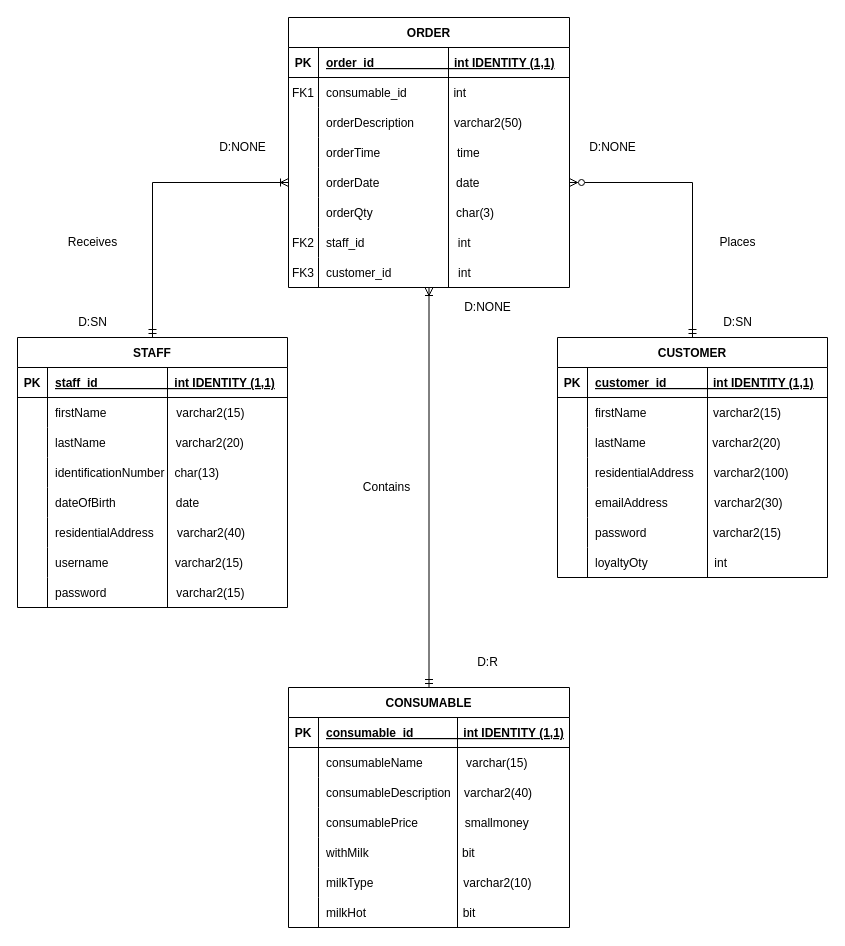
Above: Physical_Data_Model.drawio in BeoVR6R/CMPG-223-Data-Model (draw.io), before the change. Source tidied: cells renumbered, new cells numbered last; positions are measured from the earlier drawing's top-left corner, leaving out a move shared by most shapes. Both pictures are drawn from the tidied source at 100%, with x=0, y=0 at pixel (17, 17).
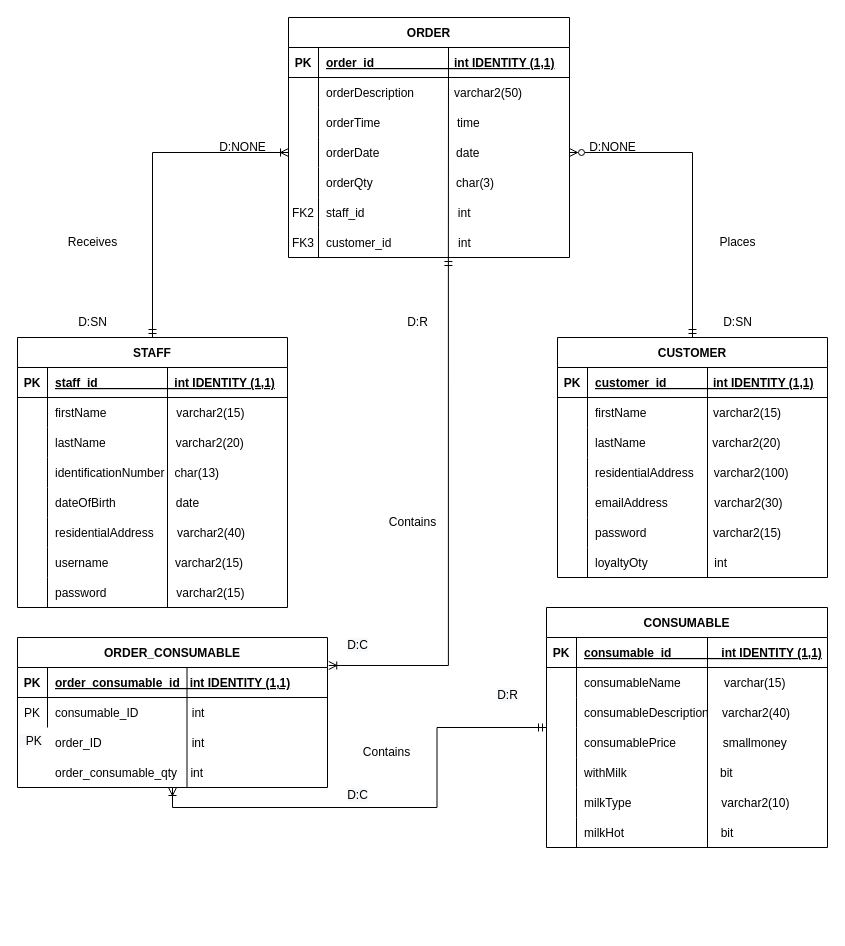
Above is the later version.

Diff of the diagram source:
```diff
@@
     <mxCell id="2" value="ORDER" style="shape=table;startSize=30;childLayout=tableLayout;rowLines=0;fontStyle=1;align=center;" parent="1" vertex="1">
-      <mxGeometry x="271" width="281" height="270" as="geometry" />
+      <mxGeometry x="271" width="281" height="240" as="geometry" />
     </mxCell>
@@
-    <mxCell id="6" style="shape=partialRectangle;fillColor=none;top=0;left=0;right=0;bottom=0;" parent="2" vertex="1">
-      <mxGeometry y="60" width="281" height="30" as="geometry" />
-    </mxCell>
-    <mxCell id="7" value="FK1" style="shape=partialRectangle;overflow=hidden;fillColor=none;top=0;left=0;bottom=0;right=0;" parent="6" vertex="1">
-      <mxGeometry width="30" height="30" as="geometry" />
-    </mxCell>
-    <mxCell id="8" value="consumable_id              int" style="shape=partialRectangle;overflow=hidden;fillColor=none;top=0;left=0;bottom=0;right=0;align=left;spacingLeft=6;" parent="6" vertex="1">
-      <mxGeometry x="30" width="251" height="30" as="geometry" />
-    </mxCell>
     <mxCell id="9" style="shape=partialRectangle;fillColor=none;top=0;left=0;right=0;bottom=0;" parent="2" vertex="1">
-      <mxGeometry y="90" width="281" height="30" as="geometry" />
+      <mxGeometry y="60" width="281" height="30" as="geometry" />
     </mxCell>
@@
     <mxCell id="12" style="shape=partialRectangle;fillColor=none;top=0;left=0;right=0;bottom=0;" parent="2" vertex="1">
-      <mxGeometry y="120" width="281" height="30" as="geometry" />
+      <mxGeometry y="90" width="281" height="30" as="geometry" />
     </mxCell>
@@
     <mxCell id="15" style="shape=partialRectangle;fillColor=none;points=[[0,0.5],[1,0.5]];portConstraint=eastwest;top=0;left=0;right=0;bottom=0;" parent="2" vertex="1">
-      <mxGeometry y="150" width="281" height="30" as="geometry" />
+      <mxGeometry y="120" width="281" height="30" as="geometry" />
     </mxCell>
@@
-    <mxCell id="18" style="endArrow=none;html=1;rounded=0;" parent="2" edge="1">
-      <mxGeometry relative="1" as="geometry">
-        <mxPoint x="160" y="270" as="sourcePoint" />
-        <mxPoint x="160" y="30" as="targetPoint" />
-      </mxGeometry>
-    </mxCell>
     <mxCell id="19" style="shape=partialRectangle;fillColor=none;top=0;left=0;right=0;bottom=0;" parent="2" vertex="1">
-      <mxGeometry y="180" width="281" height="30" as="geometry" />
+      <mxGeometry y="150" width="281" height="30" as="geometry" />
     </mxCell>
@@
     <mxCell id="22" style="shape=partialRectangle;fillColor=none;top=0;left=0;right=0;bottom=0;" parent="2" vertex="1">
-      <mxGeometry y="210" width="281" height="30" as="geometry" />
+      <mxGeometry y="180" width="281" height="30" as="geometry" />
     </mxCell>
@@
     <mxCell id="25" style="shape=partialRectangle;fillColor=none;points=[[0,0.5],[1,0.5]];portConstraint=eastwest;top=0;left=0;right=0;bottom=0;" parent="2" vertex="1">
-      <mxGeometry y="240" width="281" height="30" as="geometry" />
+      <mxGeometry y="210" width="281" height="30" as="geometry" />
     </mxCell>
@@
+    <mxCell id="18" style="endArrow=none;html=1;rounded=0;exitX=0.569;exitY=1;exitDx=0;exitDy=0;exitPerimeter=0;" parent="2" edge="1" source="25">
+      <mxGeometry relative="1" as="geometry">
+        <mxPoint x="160" y="30" as="targetPoint" />
+      </mxGeometry>
+    </mxCell>
-    <mxCell id="28" style="edgeStyle=orthogonalEdgeStyle;rounded=0;jettySize=auto;html=1;entryX=0.5;entryY=1;entryDx=0;entryDy=0;endArrow=ERoneToMany;endFill=0;startArrow=ERmandOne;startFill=0;" parent="1" edge="1" source="29" target="2">
+    <mxCell id="28" style="edgeStyle=orthogonalEdgeStyle;rounded=0;jettySize=auto;html=1;endArrow=ERoneToMany;endFill=0;startArrow=ERmandOne;startFill=0;entryX=0.5;entryY=1;entryDx=0;entryDy=0;" parent="1" edge="1" source="29" target="112">
       <mxGeometry relative="1" as="geometry" />
     </mxCell>
     <mxCell id="29" value="CONSUMABLE" style="shape=table;startSize=30;childLayout=tableLayout;rowLines=0;fontStyle=1;align=center;" parent="1" vertex="1">
-      <mxGeometry x="271" y="670" width="281" height="240" as="geometry" />
+      <mxGeometry x="529" y="590" width="281" height="240" as="geometry" />
     </mxCell>
@@
     <mxCell id="102" style="endArrow=none;html=1;rounded=0;" parent="1" edge="1">
       <mxGeometry relative="1" as="geometry">
-        <mxPoint x="440" y="910" as="sourcePoint" />
-        <mxPoint x="440" y="700" as="targetPoint" />
+        <mxPoint x="690" y="830" as="sourcePoint" />
+        <mxPoint x="690" y="620" as="targetPoint" />
       </mxGeometry>
     </mxCell>
@@
     <mxCell id="105" value="Contains" style="text;html=1;align=center;verticalAlign=middle;strokeColor=none;fillColor=none;" parent="1" vertex="1">
-      <mxGeometry x="334" y="455" width="70" height="30" as="geometry" />
+      <mxGeometry x="334" y="720" width="70" height="30" as="geometry" />
     </mxCell>
@@
-    <mxCell id="110" value="D:R" style="text;html=1;align=center;verticalAlign=middle;strokeColor=none;fillColor=none;" parent="1" vertex="1">
-      <mxGeometry x="450" y="630" width="40" height="30" as="geometry" />
+    <mxCell id="110" value="&#10;&lt;span style=&quot;color: rgb(0, 0, 0); font-family: Helvetica; font-size: 12px; font-style: normal; font-variant-ligatures: normal; font-variant-caps: normal; font-weight: 400; letter-spacing: normal; orphans: 2; text-align: center; text-indent: 0px; text-transform: none; widows: 2; word-spacing: 0px; -webkit-text-stroke-width: 0px; background-color: rgb(248, 249, 250); text-decoration-thickness: initial; text-decoration-style: initial; text-decoration-color: initial; float: none; display: inline !important;&quot;&gt;D:R&lt;/span&gt;&#10;&#10;" style="text;html=1;align=center;verticalAlign=middle;strokeColor=none;fillColor=none;" parent="1" vertex="1">
+      <mxGeometry x="470" y="655" width="40" height="60" as="geometry" />
     </mxCell>
-    <mxCell id="111" value="D:NONE" style="text;html=1;align=center;verticalAlign=middle;strokeColor=none;fillColor=none;" parent="1" vertex="1">
-      <mxGeometry x="435" y="275" width="70" height="30" as="geometry" />
+    <mxCell id="111" value="D:R" style="text;html=1;align=center;verticalAlign=middle;strokeColor=none;fillColor=none;" parent="1" vertex="1">
+      <mxGeometry x="380" y="290" width="40" height="30" as="geometry" />
     </mxCell>
+    <mxCell id="112" value="ORDER_CONSUMABLE" style="shape=table;startSize=30;childLayout=tableLayout;rowLines=0;fontStyle=1;align=center;" parent="1" vertex="1">
+      <mxGeometry y="620" width="310" height="150" as="geometry" />
+    </mxCell>
+    <mxCell id="113" style="shape=partialRectangle;fillColor=none;points=[[0,0.5],[1,0.5]];portConstraint=eastwest;top=0;left=0;right=0;bottom=1;" parent="112" vertex="1">
+      <mxGeometry y="30" width="310" height="30" as="geometry" />
+    </mxCell>
+    <mxCell id="114" value="PK" style="shape=partialRectangle;overflow=hidden;fillColor=none;top=0;left=0;bottom=0;right=0;fontStyle=1;" parent="113" vertex="1">
+      <mxGeometry width="30" height="30" as="geometry" />
+    </mxCell>
+    <mxCell id="115" value="order_consumable_id   int IDENTITY (1,1)" style="shape=partialRectangle;overflow=hidden;fillColor=none;top=0;left=0;bottom=0;right=0;align=left;spacingLeft=6;fontStyle=5;" parent="113" vertex="1">
+      <mxGeometry x="30" width="280" height="30" as="geometry" />
+    </mxCell>
+    <mxCell id="116" style="shape=partialRectangle;fillColor=none;top=0;left=0;right=0;bottom=0;" parent="112" vertex="1">
+      <mxGeometry y="60" width="310" height="30" as="geometry" />
+    </mxCell>
+    <mxCell id="117" value="PK" style="shape=partialRectangle;overflow=hidden;fillColor=none;top=0;left=0;bottom=0;right=0;" parent="116" vertex="1">
+      <mxGeometry width="30" height="30" as="geometry" />
+    </mxCell>
+    <mxCell id="118" value="consumable_ID                int " style="shape=partialRectangle;overflow=hidden;fillColor=none;top=0;left=0;bottom=0;right=0;align=left;spacingLeft=6;" parent="116" vertex="1">
+      <mxGeometry x="30" width="280" height="30" as="geometry" />
+    </mxCell>
+    <mxCell id="119" style="edgeStyle=orthogonalEdgeStyle;rounded=0;jettySize=auto;html=1;endArrow=ERoneToMany;endFill=0;startArrow=ERmandOne;startFill=0;entryX=1.004;entryY=-0.067;entryDx=0;entryDy=0;entryPerimeter=0;exitX=0.569;exitY=1;exitDx=0;exitDy=0;exitPerimeter=0;" parent="1" edge="1" source="25" target="113">
+      <mxGeometry relative="1" as="geometry" />
+    </mxCell>
+    <mxCell id="120" value="Contains" style="text;html=1;align=center;verticalAlign=middle;strokeColor=none;fillColor=none;" parent="1" vertex="1">
+      <mxGeometry x="360" y="490" width="70" height="30" as="geometry" />
+    </mxCell>
+    <mxCell id="121" value="&lt;br&gt;&lt;span style=&quot;color: rgb(0, 0, 0); font-family: Helvetica; font-size: 12px; font-style: normal; font-variant-ligatures: normal; font-variant-caps: normal; font-weight: 400; letter-spacing: normal; orphans: 2; text-align: center; text-indent: 0px; text-transform: none; widows: 2; word-spacing: 0px; -webkit-text-stroke-width: 0px; background-color: rgb(248, 249, 250); text-decoration-thickness: initial; text-decoration-style: initial; text-decoration-color: initial; float: none; display: inline !important;&quot;&gt;D:C&lt;/span&gt;&lt;br&gt;" style="text;html=1;align=center;verticalAlign=middle;strokeColor=none;fillColor=none;" parent="1" vertex="1">
+      <mxGeometry x="320" y="750" width="40" height="40" as="geometry" />
+    </mxCell>
+    <mxCell id="122" value="&lt;br&gt;&lt;span style=&quot;color: rgb(0, 0, 0); font-family: Helvetica; font-size: 12px; font-style: normal; font-variant-ligatures: normal; font-variant-caps: normal; font-weight: 400; letter-spacing: normal; orphans: 2; text-align: center; text-indent: 0px; text-transform: none; widows: 2; word-spacing: 0px; -webkit-text-stroke-width: 0px; background-color: rgb(248, 249, 250); text-decoration-thickness: initial; text-decoration-style: initial; text-decoration-color: initial; float: none; display: inline !important;&quot;&gt;D:C&lt;/span&gt;&lt;br&gt;" style="text;html=1;align=center;verticalAlign=middle;strokeColor=none;fillColor=none;" parent="1" vertex="1">
+      <mxGeometry x="320" y="600" width="40" height="40" as="geometry" />
+    </mxCell>
+    <mxCell id="123" style="endArrow=none;html=1;rounded=0;" parent="1" edge="1">
+      <mxGeometry relative="1" as="geometry">
+        <mxPoint x="169.5" y="770" as="sourcePoint" />
+        <mxPoint x="169.5" y="650" as="targetPoint" />
+      </mxGeometry>
+    </mxCell>
+    <mxCell id="124" value="order_ID                           int" style="shape=partialRectangle;overflow=hidden;fillColor=none;top=0;left=0;bottom=0;right=0;align=left;spacingLeft=6;" parent="1" vertex="1">
+      <mxGeometry x="30" y="710" width="280" height="30" as="geometry" />
+    </mxCell>
+    <mxCell id="125" value="&lt;span style=&quot;color: rgb(0, 0, 0); font-family: Helvetica; font-size: 12px; font-style: normal; font-variant-ligatures: normal; font-variant-caps: normal; font-weight: 400; letter-spacing: normal; orphans: 2; text-align: center; text-indent: 0px; text-transform: none; widows: 2; word-spacing: 0px; -webkit-text-stroke-width: 0px; background-color: rgb(248, 249, 250); text-decoration-thickness: initial; text-decoration-style: initial; text-decoration-color: initial; float: none; display: inline !important;&quot;&gt;&amp;nbsp; PK&lt;/span&gt;" style="text;whiteSpace=wrap;html=1;" parent="1" vertex="1">
+      <mxGeometry y="710" width="30" height="30" as="geometry" />
+    </mxCell>
+    <mxCell id="126" value="order_consumable_qty    int" style="shape=partialRectangle;overflow=hidden;fillColor=none;top=0;left=0;bottom=0;right=0;align=left;spacingLeft=6;" parent="1" vertex="1">
+      <mxGeometry x="30" y="740" width="280" height="30" as="geometry" />
+    </mxCell>
```
